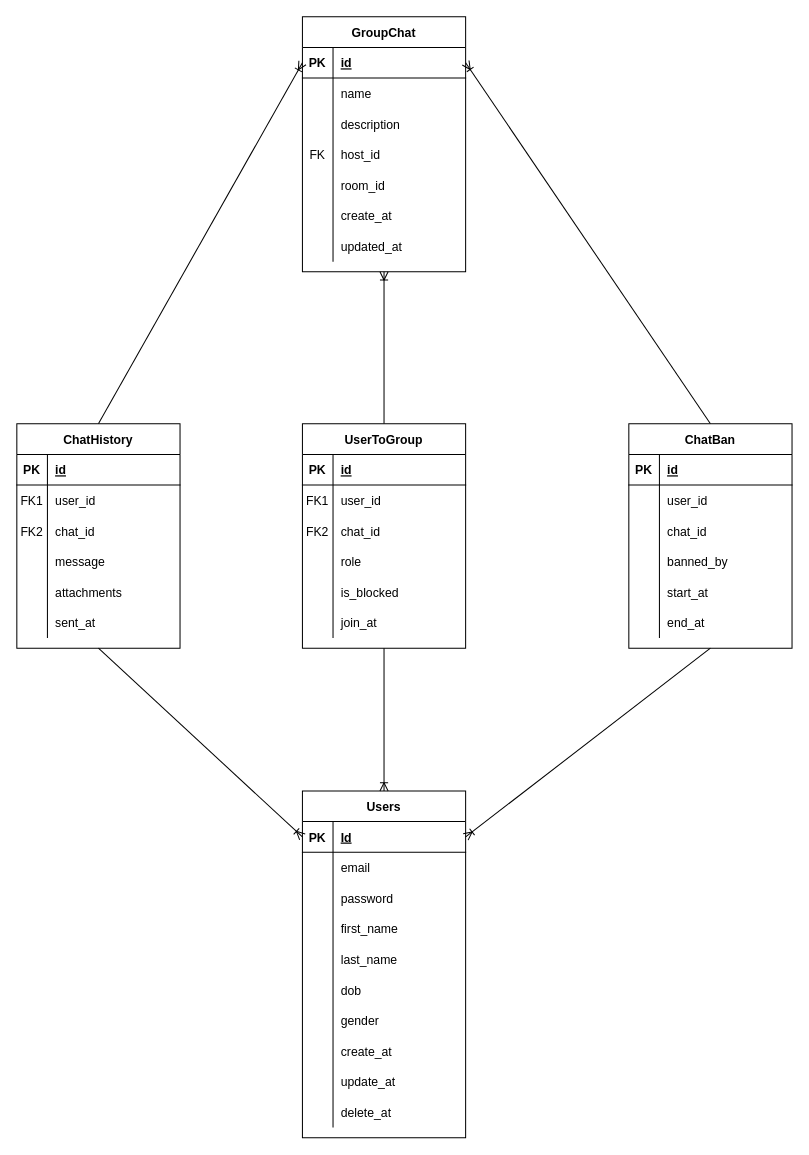
The draw.io diagram diagram.drawio in itmc-ptit/itmc-web-chat-backend, before the edit. Source tidied: cells renumbered, new cells numbered last; positions are measured from the earlier drawing's top-left corner, leaving out a move shared by most shapes. Both pictures are drawn from the tidied source at 102%, with x=0, y=0 at pixel (16, 16).
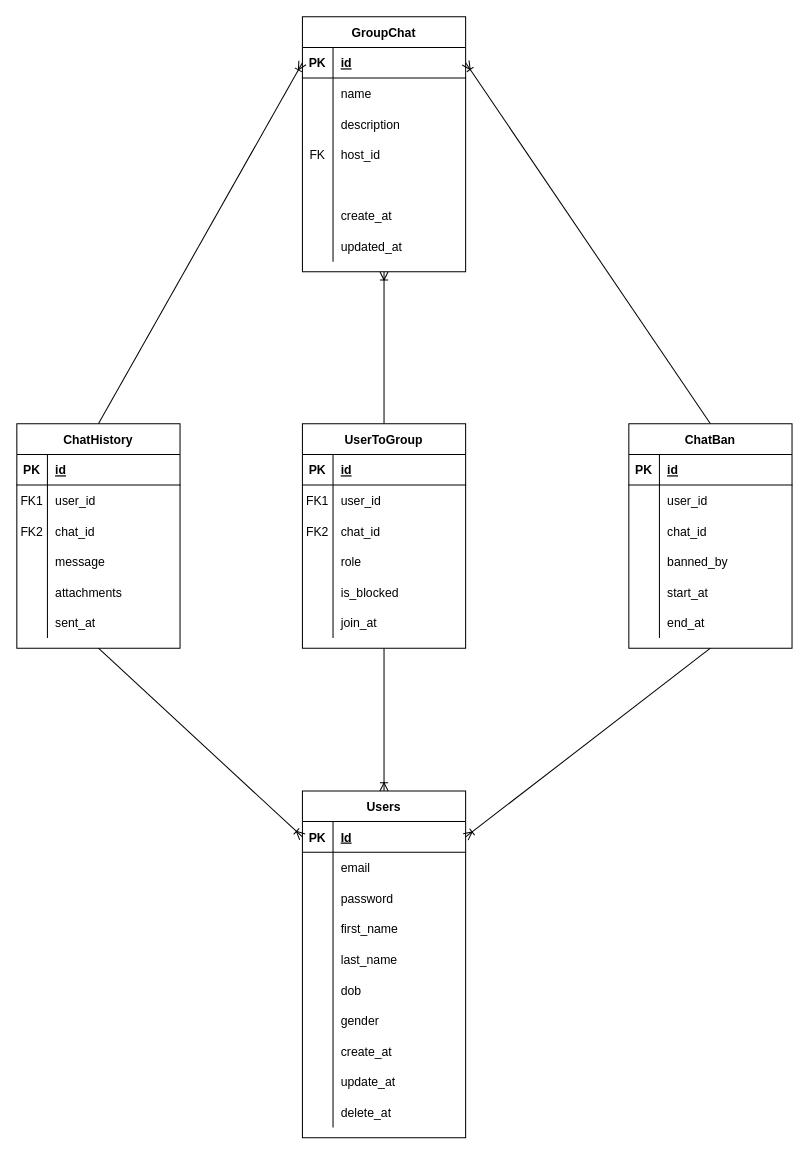
Above is the later version.

Unchanged cells that the change refers to:
```xml
<mxCell id="15" style="shape=partialRectangle;fillColor=none;top=0;left=0;right=0;bottom=0;" parent="2" vertex="1">
  <mxGeometry y="150" width="160" height="30" as="geometry" />
</mxCell>
```

What changed in the source:
```diff
@@
-    <mxCell id="17" value="room_id" style="shape=partialRectangle;overflow=hidden;fillColor=none;top=0;left=0;bottom=0;right=0;align=left;spacingLeft=6;" parent="15" vertex="1">
+    <mxCell id="17" style="shape=partialRectangle;overflow=hidden;fillColor=none;top=0;left=0;bottom=0;right=0;align=left;spacingLeft=6;" parent="15" vertex="1">
       <mxGeometry x="30" width="130" height="30" as="geometry" />
     </mxCell>
```
